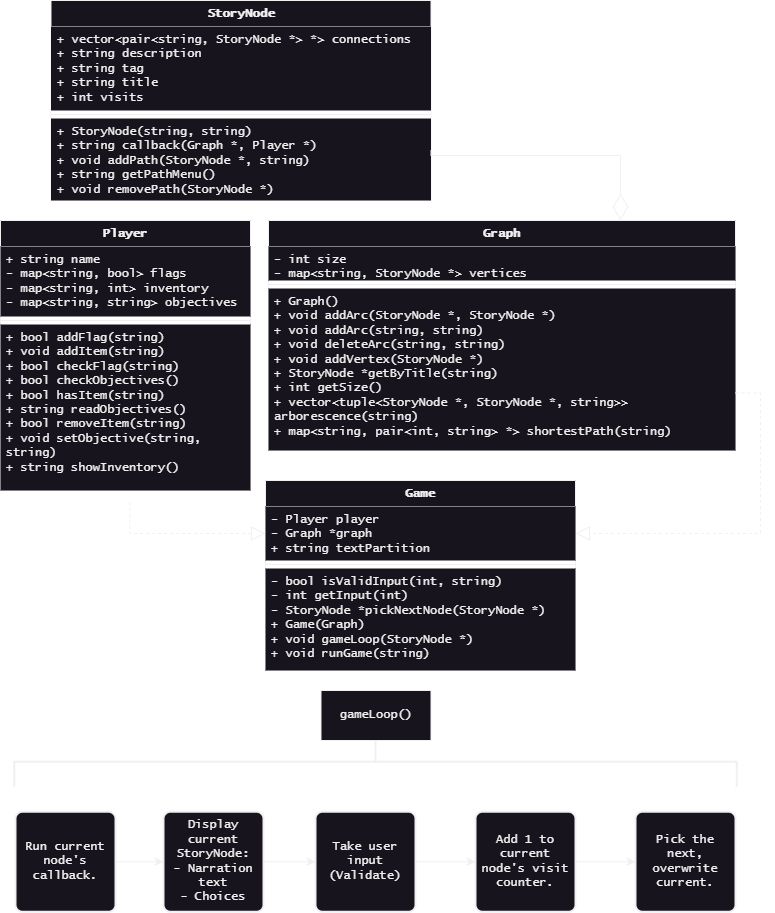
Earlier version of the draw.io export doc/uml_design.png (cryptiddddd/groceryquest). Source tidied: cells renumbered, new cells last; positions are measured from the earlier drawing's top-left corner, leaving out a move shared by most shapes.
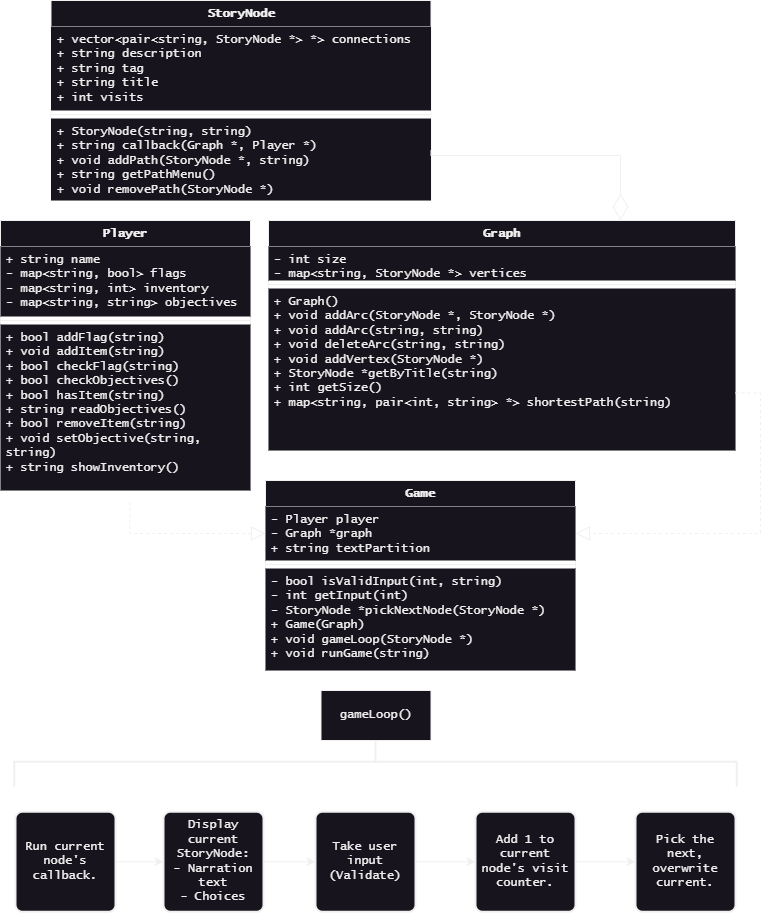
The same file after the commit.

Diff of the diagram source:
```diff
@@ -23,7 +23,7 @@
     <mxCell id="8" style="line;strokeWidth=1;fillColor=default;align=left;verticalAlign=middle;spacingTop=-1;spacingLeft=3;spacingRight=3;labelPosition=right;strokeColor=inherit;fontFamily=Lucida Console;" parent="6" vertex="1">
       <mxGeometry y="60" width="467" height="8" as="geometry" />
     </mxCell>
-    <mxCell id="9" value="+ Graph()&lt;br&gt;+ void addArc(StoryNode *, StoryNode *)&lt;br&gt;+ void addArc(string, string)&lt;br&gt;+ void deleteArc(string, string)&lt;br&gt;+ void addVertex(StoryNode *)&lt;br&gt;+ StoryNode *getByTitle(string)&lt;br&gt;+ int getSize()&lt;br&gt;+ vector&amp;lt;tuple&amp;lt;StoryNode *, StoryNode *, string&amp;gt;&amp;gt; arborescence(string)&lt;br&gt;+ map&amp;lt;string, pair&amp;lt;int, string&amp;gt; *&amp;gt; shortestPath(string)" style="text;strokeColor=none;fillColor=default;align=left;verticalAlign=top;spacingLeft=4;spacingRight=4;overflow=hidden;whiteSpace=wrap;html=1;fontFamily=Lucida Console;strokeWidth=1;" parent="6" vertex="1">
+    <mxCell id="9" value="+ Graph()&lt;br&gt;+ void addArc(StoryNode *, StoryNode *)&lt;br&gt;+ void addArc(string, string)&lt;br&gt;+ void deleteArc(string, string)&lt;br&gt;+ void addVertex(StoryNode *)&lt;br&gt;+ StoryNode *getByTitle(string)&lt;br&gt;+ int getSize()&lt;br&gt;+ map&amp;lt;string, pair&amp;lt;int, string&amp;gt; *&amp;gt; shortestPath(string)" style="text;strokeColor=none;fillColor=default;align=left;verticalAlign=top;spacingLeft=4;spacingRight=4;overflow=hidden;whiteSpace=wrap;html=1;fontFamily=Lucida Console;strokeWidth=1;" parent="6" vertex="1">
       <mxGeometry y="68" width="467" height="162" as="geometry" />
     </mxCell>
     <mxCell id="10" value="StoryNode" style="swimlane;fontStyle=1;align=center;verticalAlign=top;horizontal=1;startSize=26;whiteSpace=wrap;html=1;fontFamily=Lucida Console;fillColor=default;" parent="1" vertex="1">
```
